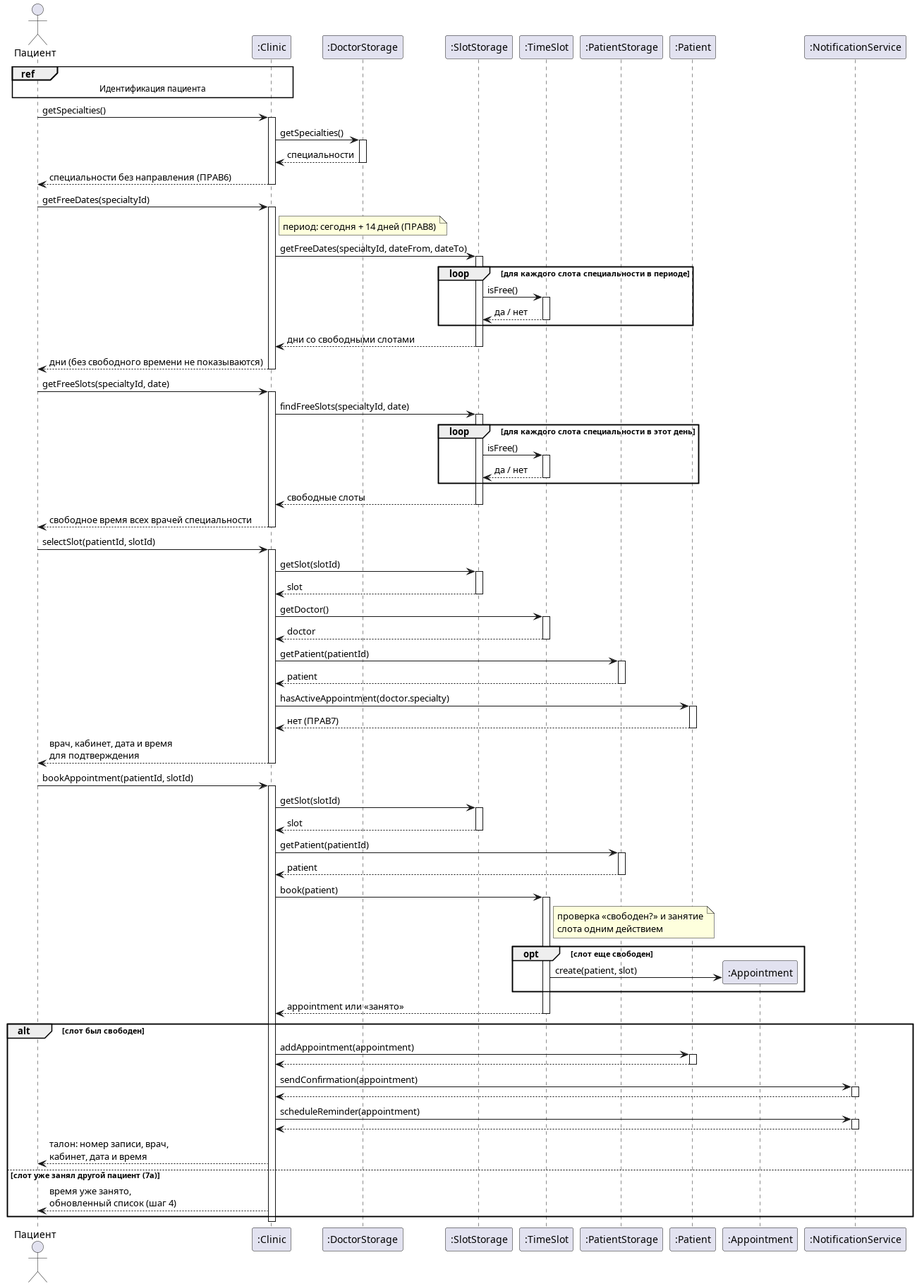
Above: img/booking-sequence.png in penamarth/bsbo-11-24_team3_var3_clinic (PlantUML), before the change.
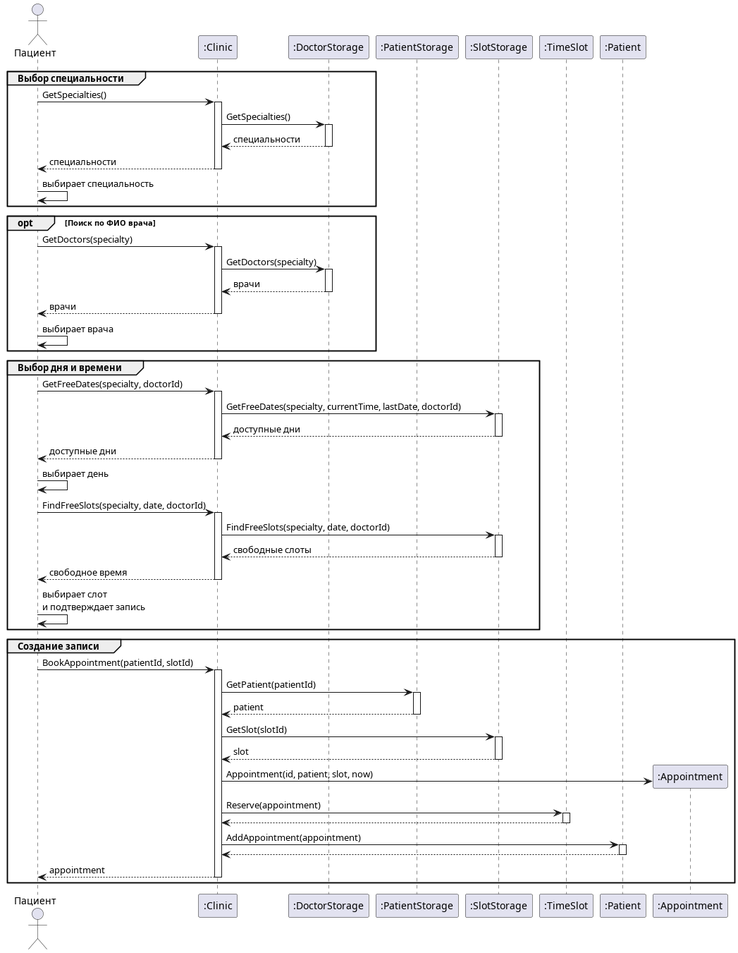
The same file after the commit.

Commit message:
docs: выбор специальности, врача и даты в диаграммах

Change to the diagram source:
```diff
@@ -2,72 +2,54 @@
 actor Пациент
 participant ":Clinic" as C
 participant ":DoctorStorage" as DS
+participant ":PatientStorage" as PS
 participant ":SlotStorage" as SS
 participant ":TimeSlot" as Slot
-participant ":PatientStorage" as PS
 participant ":Patient" as P
 participant ":Appointment" as A
-participant ":NotificationService" as N
 
-ref over Пациент, C : Идентификация пациента
+group Выбор специальности
+  Пациент -> C ++ : GetSpecialties()
+  C -> DS ++ : GetSpecialties()
+  DS --> C -- : специальности
+  C --> Пациент -- : специальности
+  Пациент -> Пациент : выбирает специальность
+end
 
-Пациент -> C ++ : getSpecialties()
-C -> DS ++ : getSpecialties()
-DS --> C -- : специальности
-C --> Пациент -- : специальности без направления (ПРАВ6)
+opt Поиск по ФИО врача
+  Пациент -> C ++ : GetDoctors(specialty)
+  C -> DS ++ : GetDoctors(specialty)
+  DS --> C -- : врачи
+  C --> Пациент -- : врачи
+  Пациент -> Пациент : выбирает врача
+end
 
-Пациент -> C ++ : getFreeDates(specialtyId)
-note right of C : период: сегодня + 14 дней (ПРАВ8)
-C -> SS ++ : getFreeDates(specialtyId, dateFrom, dateTo)
-loop для каждого слота специальности в периоде
-  SS -> Slot ++ : isFree()
-  Slot --> SS -- : да / нет
+group Выбор дня и времени
+  Пациент -> C ++ : GetFreeDates(specialty, doctorId)
+  C -> SS ++ : GetFreeDates(specialty, currentTime, lastDate, doctorId)
+  SS --> C -- : доступные дни
+  C --> Пациент -- : доступные дни
+  Пациент -> Пациент : выбирает день
+
+  Пациент -> C ++ : FindFreeSlots(specialty, date, doctorId)
+  C -> SS ++ : FindFreeSlots(specialty, date, doctorId)
+  SS --> C -- : свободные слоты
+  C --> Пациент -- : свободное время
+  Пациент -> Пациент : выбирает слот\nи подтверждает запись
 end
-SS --> C -- : дни со свободными слотами
-C --> Пациент -- : дни (без свободного времени не показываются)
 
-Пациент -> C ++ : getFreeSlots(specialtyId, date)
-C -> SS ++ : findFreeSlots(specialtyId, date)
-loop для каждого слота специальности в этот день
-  SS -> Slot ++ : isFree()
-  Slot --> SS -- : да / нет
+group Создание записи
+  Пациент -> C ++ : BookAppointment(patientId, slotId)
+  C -> PS ++ : GetPatient(patientId)
+  PS --> C -- : patient
+  C -> SS ++ : GetSlot(slotId)
+  SS --> C -- : slot
+  C -> A ** : Appointment(id, patient, slot, now)
+  C -> Slot ++ : Reserve(appointment)
+  Slot --> C --
+  C -> P ++ : AddAppointment(appointment)
+  P --> C --
+  C --> Пациент -- : appointment
 end
-SS --> C -- : свободные слоты
-C --> Пациент -- : свободное время всех врачей специальности
-
-Пациент -> C ++ : selectSlot(patientId, slotId)
-C -> SS ++ : getSlot(slotId)
-SS --> C -- : slot
-C -> Slot ++ : getDoctor()
-Slot --> C -- : doctor
-C -> PS ++ : getPatient(patientId)
-PS --> C -- : patient
-C -> P ++ : hasActiveAppointment(doctor.specialty)
-P --> C -- : нет (ПРАВ7)
-C --> Пациент -- : врач, кабинет, дата и время\nдля подтверждения
-
-Пациент -> C ++ : bookAppointment(patientId, slotId)
-C -> SS ++ : getSlot(slotId)
-SS --> C -- : slot
-C -> PS ++ : getPatient(patientId)
-PS --> C -- : patient
-C -> Slot ++ : book(patient)
-note right of Slot : проверка «свободен?» и занятие\nслота одним действием
-opt слот еще свободен
-  Slot -> A ** : create(patient, slot)
-end
-Slot --> C -- : appointment или «занято»
-alt слот был свободен
-  C -> P ++ : addAppointment(appointment)
-  P --> C --
-  C -> N ++ : sendConfirmation(appointment)
-  N --> C --
-  C -> N ++ : scheduleReminder(appointment)
-  N --> C --
-  C --> Пациент : талон: номер записи, врач,\nкабинет, дата и время
-else слот уже занял другой пациент (7а)
-  C --> Пациент : время уже занято,\nобновленный список (шаг 4)
-end
-deactivate C
 
 @enduml
```
